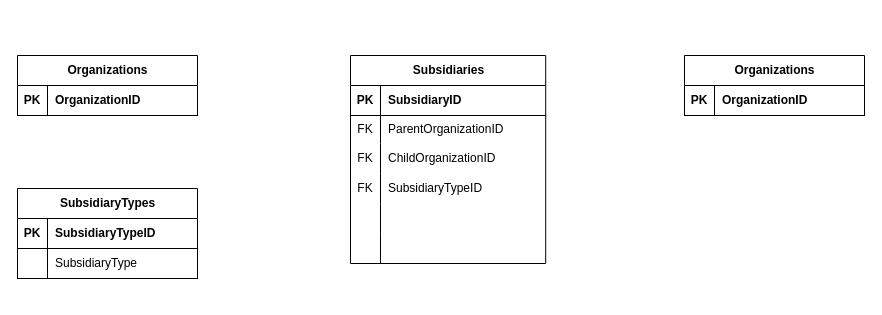
Earlier version of the draw.io diagram page "Subsidiaries" (4 of 4) of Manufacturer_Database.drawio (benstanfish/Diagrams). Source tidied: cells renumbered, new cells numbered last; positions are measured from the earlier drawing's top-left corner, leaving out a move shared by most shapes. Both pictures are drawn from the tidied source at 100%, with x=0, y=0 at pixel (17, 55).
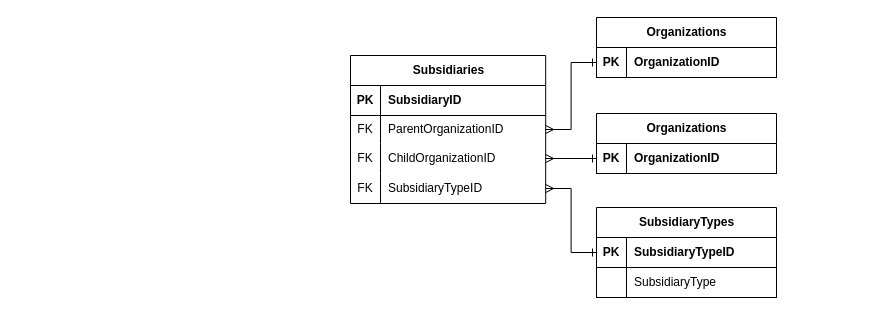
After the change.

Unchanged cells that the change refers to:
```xml
<mxCell id="3" style="shape=tableRow;horizontal=0;startSize=0;swimlaneHead=0;swimlaneBody=0;fillColor=none;points=[[0,0.5],[1,0.5]];portConstraint=eastwest;top=0;left=0;right=0;bottom=1;fontStyle=0;" parent="2" vertex="1">
  <mxGeometry y="30" width="180" height="30" as="geometry" />
</mxCell>
<mxCell id="7" style="shape=tableRow;horizontal=0;startSize=0;swimlaneHead=0;swimlaneBody=0;fillColor=none;points=[[0,0.5],[1,0.5]];portConstraint=eastwest;top=0;left=0;right=0;bottom=1;fontStyle=0;" parent="6" vertex="1">
  <mxGeometry y="30" width="180" height="30" as="geometry" />
</mxCell>
<mxCell id="14" style="shape=tableRow;horizontal=0;startSize=0;swimlaneHead=0;swimlaneBody=0;fillColor=none;points=[[0,0.5],[1,0.5]];portConstraint=eastwest;top=0;left=0;right=0;bottom=0;strokeColor=default;align=center;verticalAlign=middle;fontFamily=Helvetica;fontSize=12;fontColor=default;fontStyle=0;" parent="10" vertex="1">
  <mxGeometry y="60" width="195.2" height="28" as="geometry" />
</mxCell>
<mxCell id="17" style="shape=tableRow;horizontal=0;startSize=0;swimlaneHead=0;swimlaneBody=0;fillColor=none;points=[[0,0.5],[1,0.5]];portConstraint=eastwest;top=0;left=0;right=0;bottom=0;strokeColor=default;align=center;verticalAlign=middle;fontFamily=Helvetica;fontSize=12;fontColor=default;fontStyle=0;" parent="10" vertex="1">
  <mxGeometry y="88" width="195.2" height="30" as="geometry" />
</mxCell>
<mxCell id="20" style="shape=tableRow;horizontal=0;startSize=0;swimlaneHead=0;swimlaneBody=0;fillColor=none;points=[[0,0.5],[1,0.5]];portConstraint=eastwest;top=0;left=0;right=0;bottom=0;strokeColor=default;align=center;verticalAlign=middle;fontFamily=Helvetica;fontSize=12;fontColor=default;fontStyle=0;" parent="10" vertex="1">
  <mxGeometry y="118" width="195.2" height="30" as="geometry" />
</mxCell>
<mxCell id="30" style="shape=tableRow;horizontal=0;startSize=0;swimlaneHead=0;swimlaneBody=0;fillColor=none;points=[[0,0.5],[1,0.5]];portConstraint=eastwest;top=0;left=0;right=0;bottom=1;fontStyle=0;" parent="29" vertex="1">
  <mxGeometry y="30" width="180" height="30" as="geometry" />
</mxCell>
```

What changed in the source:
```diff
@@
     <mxCell id="2" value="Organizations" style="shape=table;startSize=30;childLayout=tableLayout;rowLines=0;fontStyle=1;align=center;html=1;rounded=0;swimlaneLine=1;shadow=0;" parent="1" vertex="1">
-      <mxGeometry width="180" height="60" as="geometry" />
+      <mxGeometry x="579" y="-38" width="180" height="60" as="geometry" />
     </mxCell>
@@
     <mxCell id="6" value="Organizations" style="shape=table;startSize=30;childLayout=tableLayout;rowLines=0;fontStyle=1;align=center;html=1;rounded=0;swimlaneLine=1;shadow=0;" parent="1" vertex="1">
-      <mxGeometry x="667" width="180" height="60" as="geometry" />
+      <mxGeometry x="579" y="58" width="180" height="60" as="geometry" />
     </mxCell>
@@
     <mxCell id="10" value="Subsidiaries" style="shape=table;startSize=30;childLayout=tableLayout;rowLines=0;fontStyle=1;align=center;html=1;strokeColor=default;verticalAlign=middle;fontFamily=Helvetica;fontSize=12;fontColor=default;fillColor=default;" parent="1" vertex="1">
-      <mxGeometry x="333" width="195.2" height="208" as="geometry" />
+      <mxGeometry x="333" width="195.2" height="148" as="geometry" />
     </mxCell>
@@
-    <mxCell id="23" style="shape=tableRow;horizontal=0;startSize=0;swimlaneHead=0;swimlaneBody=0;fillColor=none;top=0;left=0;right=0;bottom=0;strokeColor=default;align=center;verticalAlign=middle;fontFamily=Helvetica;fontSize=12;fontColor=default;fontStyle=1;" parent="10" vertex="1">
-      <mxGeometry y="148" width="195.2" height="30" as="geometry" />
-    </mxCell>
-    <mxCell id="24" style="shape=partialRectangle;fillColor=none;top=0;left=0;bottom=0;right=0;overflow=hidden;whiteSpace=wrap;html=1;strokeColor=default;align=center;verticalAlign=middle;fontFamily=Helvetica;fontSize=12;fontColor=default;fontStyle=1;" parent="23" vertex="1">
-      <mxGeometry width="30" height="30" as="geometry" />
-    </mxCell>
-    <mxCell id="25" style="shape=partialRectangle;fillColor=none;top=0;left=0;bottom=0;right=0;align=left;spacingLeft=6;overflow=hidden;whiteSpace=wrap;html=1;strokeColor=default;verticalAlign=middle;fontFamily=Helvetica;fontSize=12;fontColor=default;fontStyle=1;" parent="23" vertex="1">
-      <mxGeometry x="30" width="165.2" height="30" as="geometry" />
-    </mxCell>
-    <mxCell id="26" style="shape=tableRow;horizontal=0;startSize=0;swimlaneHead=0;swimlaneBody=0;fillColor=none;top=0;left=0;right=0;bottom=0;strokeColor=default;align=center;verticalAlign=middle;fontFamily=Helvetica;fontSize=12;fontColor=default;fontStyle=1;" parent="10" vertex="1">
-      <mxGeometry y="178" width="195.2" height="30" as="geometry" />
-    </mxCell>
-    <mxCell id="27" style="shape=partialRectangle;fillColor=none;top=0;left=0;bottom=0;right=0;overflow=hidden;whiteSpace=wrap;html=1;strokeColor=default;align=center;verticalAlign=middle;fontFamily=Helvetica;fontSize=12;fontColor=default;fontStyle=1;" parent="26" vertex="1">
-      <mxGeometry width="30" height="30" as="geometry" />
-    </mxCell>
-    <mxCell id="28" style="shape=partialRectangle;fillColor=none;top=0;left=0;bottom=0;right=0;align=left;spacingLeft=6;overflow=hidden;whiteSpace=wrap;html=1;strokeColor=default;verticalAlign=middle;fontFamily=Helvetica;fontSize=12;fontColor=default;fontStyle=1;" parent="26" vertex="1">
-      <mxGeometry x="30" width="165.2" height="30" as="geometry" />
-    </mxCell>
     <mxCell id="29" value="SubsidiaryTypes" style="shape=table;startSize=30;childLayout=tableLayout;rowLines=0;fontStyle=1;align=center;html=1;rounded=0;swimlaneLine=1;shadow=0;" parent="1" vertex="1">
-      <mxGeometry y="133" width="180" height="90" as="geometry" />
+      <mxGeometry x="579" y="152" width="180" height="90" as="geometry" />
     </mxCell>
@@
+    <mxCell id="36" style="edgeStyle=orthogonalEdgeStyle;rounded=0;jettySize=auto;html=1;entryX=1;entryY=0.5;entryDx=0;entryDy=0;fontFamily=Helvetica;fontSize=12;fontColor=default;fontStyle=1;endArrow=ERmany;endFill=0;startArrow=ERone;startFill=0;" parent="1" edge="1" source="7" target="17">
+      <mxGeometry relative="1" as="geometry" />
+    </mxCell>
+    <mxCell id="37" style="edgeStyle=orthogonalEdgeStyle;rounded=0;jettySize=auto;html=1;exitX=0;exitY=0.5;exitDx=0;exitDy=0;entryX=1;entryY=0.5;entryDx=0;entryDy=0;fontFamily=Helvetica;fontSize=12;fontColor=default;fontStyle=1;endArrow=ERmany;endFill=0;startArrow=ERone;startFill=0;" parent="1" edge="1" source="30" target="20">
+      <mxGeometry relative="1" as="geometry" />
+    </mxCell>
+    <mxCell id="38" style="edgeStyle=orthogonalEdgeStyle;rounded=0;jettySize=auto;html=1;exitX=0;exitY=0.5;exitDx=0;exitDy=0;entryX=1;entryY=0.5;entryDx=0;entryDy=0;fontFamily=Helvetica;fontSize=12;fontColor=default;fontStyle=1;endArrow=ERmany;endFill=0;startArrow=ERone;startFill=0;" parent="1" edge="1" source="3" target="14">
+      <mxGeometry relative="1" as="geometry" />
+    </mxCell>
```
